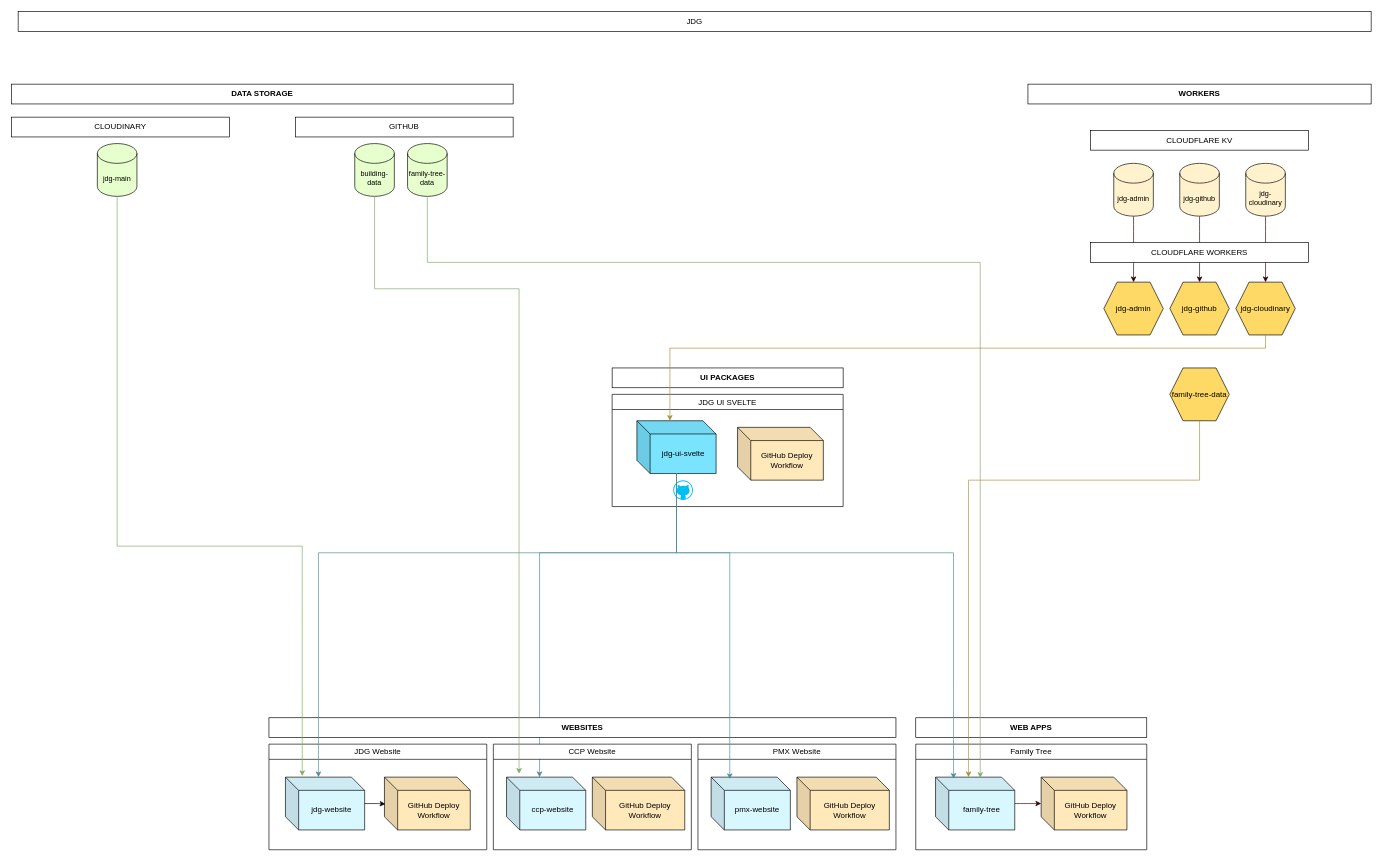
The draw.io diagram JDG Org.drawio in deanstein/jdg-ops, before the edit. Source tidied: cells renumbered, new cells numbered last; positions are measured from the earlier drawing's top-left corner, leaving out a move shared by most shapes. Both pictures are drawn from the tidied source at 66%, with x=0, y=0 at pixel (11, 11).
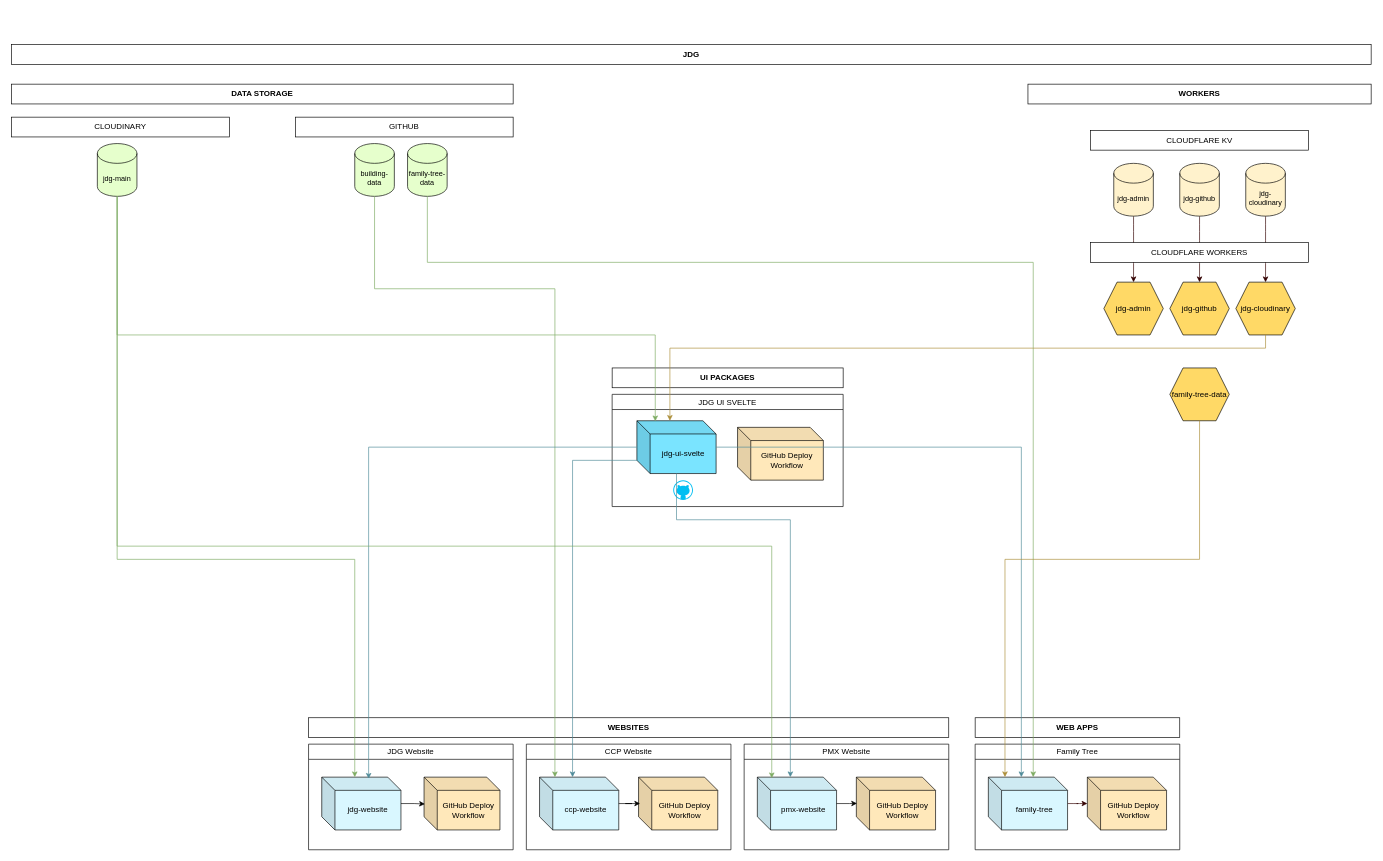
The same page after the edit.

Unchanged cells that the change refers to:
```xml
<mxCell id="4" value="jdg-ui-svelte" style="shape=cube;whiteSpace=wrap;html=1;boundedLbl=1;backgroundOutline=1;darkOpacity=0.05;darkOpacity2=0.1;fillColor=#7AE4FF;" parent="1" vertex="1">
  <mxGeometry x="947.5" y="620" width="120" height="80" as="geometry" />
</mxCell>
<mxCell id="14" value="ccp-website" style="shape=cube;whiteSpace=wrap;html=1;boundedLbl=1;backgroundOutline=1;darkOpacity=0.05;darkOpacity2=0.1;fillColor=#D9F7FF;" parent="13" vertex="1">
  <mxGeometry x="20" y="50" width="120" height="80" as="geometry" />
</mxCell>
<mxCell id="17" value="pmx-website" style="shape=cube;whiteSpace=wrap;html=1;boundedLbl=1;backgroundOutline=1;darkOpacity=0.05;darkOpacity2=0.1;fillColor=#D9F7FF;" parent="16" vertex="1">
  <mxGeometry x="20" y="50" width="120" height="80" as="geometry" />
</mxCell>
<mxCell id="27" value="&lt;span style=&quot;font-size: 12px;&quot;&gt;jdg-cloudinary&lt;/span&gt;" style="shape=hexagon;perimeter=hexagonPerimeter2;whiteSpace=wrap;html=1;fixedSize=1;fontFamily=Helvetica;fontSize=11;fontColor=default;labelBackgroundColor=none;fillColor=#FFD966;" parent="1" vertex="1">
  <mxGeometry x="1855" y="410" width="90" height="80" as="geometry" />
</mxCell>
<mxCell id="34" value="jdg-main" style="shape=cylinder3;whiteSpace=wrap;html=1;boundedLbl=1;backgroundOutline=1;size=15;fontFamily=Helvetica;fontSize=11;fontColor=default;labelBackgroundColor=none;fillColor=#E6FFCC;" parent="1" vertex="1">
  <mxGeometry x="130" y="200" width="60" height="80" as="geometry" />
</mxCell>
<mxCell id="36" value="family-tree-data" style="shape=cylinder3;whiteSpace=wrap;html=1;boundedLbl=1;backgroundOutline=1;size=15;fontFamily=Helvetica;fontSize=11;fontColor=default;labelBackgroundColor=none;fillColor=#E6FFCC;" parent="1" vertex="1">
  <mxGeometry x="600" y="200" width="60" height="80" as="geometry" />
</mxCell>
<mxCell id="37" value="building-data" style="shape=cylinder3;whiteSpace=wrap;html=1;boundedLbl=1;backgroundOutline=1;size=15;fontFamily=Helvetica;fontSize=11;fontColor=default;labelBackgroundColor=none;fillColor=#E6FFCC;" parent="1" vertex="1">
  <mxGeometry x="520" y="200" width="60" height="80" as="geometry" />
</mxCell>
<mxCell id="41" value="&lt;span style=&quot;font-size: 12px;&quot;&gt;family-tree-data&lt;/span&gt;" style="shape=hexagon;perimeter=hexagonPerimeter2;whiteSpace=wrap;html=1;fixedSize=1;fontFamily=Helvetica;fontSize=11;fontColor=default;labelBackgroundColor=none;fillColor=#FFD966;" parent="1" vertex="1">
  <mxGeometry x="1755" y="540" width="90" height="80" as="geometry" />
</mxCell>
```

The edit, as a diff of the source:
```diff
@@
-    <mxCell id="2" style="edgeStyle=orthogonalEdgeStyle;shape=connector;rounded=0;jettySize=auto;html=1;entryX=0;entryY=0;entryDx=50;entryDy=0;entryPerimeter=0;strokeColor=light-dark(#508B99,#2566A8);align=center;verticalAlign=middle;fontFamily=Helvetica;fontSize=11;fontColor=default;labelBackgroundColor=default;elbow=vertical;endArrow=classic;" parent="1" edge="1" source="4" target="14">
-      <mxGeometry relative="1" as="geometry">
-        <Array as="points">
-          <mxPoint x="1007" y="820" />
-          <mxPoint x="800" y="820" />
-        </Array>
-      </mxGeometry>
-    </mxCell>
-    <mxCell id="3" value="JDG" style="rounded=0;whiteSpace=wrap;html=1;" parent="1" vertex="1">
-      <mxGeometry x="10" width="2050" height="30" as="geometry" />
+    <mxCell id="3" value="JDG" style="rounded=0;whiteSpace=wrap;html=1;fontStyle=1;" parent="1" vertex="1">
+      <mxGeometry y="50" width="2060" height="30" as="geometry" />
     </mxCell>
@@
     <mxCell id="5" value="Family Tree" style="swimlane;whiteSpace=wrap;html=1;fontStyle=0;" parent="1" vertex="1">
-      <mxGeometry x="1370" y="1110" width="350" height="160" as="geometry" />
+      <mxGeometry x="1460" y="1110" width="310" height="160" as="geometry" />
     </mxCell>
@@
     <mxCell id="7" value="family-tree" style="shape=cube;whiteSpace=wrap;html=1;boundedLbl=1;backgroundOutline=1;darkOpacity=0.05;darkOpacity2=0.1;fillColor=#D9F7FF;" parent="5" vertex="1">
-      <mxGeometry x="30" y="50" width="120" height="80" as="geometry" />
+      <mxGeometry x="20" y="50" width="120" height="80" as="geometry" />
     </mxCell>
     <mxCell id="8" value="GitHub Deploy Workflow" style="shape=cube;whiteSpace=wrap;html=1;boundedLbl=1;backgroundOutline=1;darkOpacity=0.05;darkOpacity2=0.1;fillColor=#FFE8BA;" parent="5" vertex="1">
-      <mxGeometry x="190" y="50" width="130" height="80" as="geometry" />
+      <mxGeometry x="170" y="50" width="120" height="80" as="geometry" />
     </mxCell>
     <mxCell id="9" value="JDG Website" style="swimlane;whiteSpace=wrap;html=1;fontStyle=0;" parent="1" vertex="1">
-      <mxGeometry x="390" y="1110" width="330" height="160" as="geometry" />
+      <mxGeometry x="450" y="1110" width="310" height="160" as="geometry" />
     </mxCell>
     <mxCell id="10" value="jdg-website" style="shape=cube;whiteSpace=wrap;html=1;boundedLbl=1;backgroundOutline=1;darkOpacity=0.05;darkOpacity2=0.1;fillColor=#D9F7FF;" parent="9" vertex="1">
-      <mxGeometry x="25" y="50" width="120" height="80" as="geometry" />
+      <mxGeometry x="20" y="50" width="120" height="80" as="geometry" />
     </mxCell>
     <mxCell id="11" value="GitHub Deploy Workflow" style="shape=cube;whiteSpace=wrap;html=1;boundedLbl=1;backgroundOutline=1;darkOpacity=0.05;darkOpacity2=0.1;fillColor=#FFE8BA;" parent="9" vertex="1">
-      <mxGeometry x="175" y="50" width="130" height="80" as="geometry" />
+      <mxGeometry x="175" y="50" width="115" height="80" as="geometry" />
     </mxCell>
@@
     <mxCell id="13" value="CCP Website" style="swimlane;whiteSpace=wrap;html=1;fontStyle=0;" parent="1" vertex="1">
-      <mxGeometry x="730" y="1110" width="300" height="160" as="geometry" />
+      <mxGeometry x="780" y="1110" width="310" height="160" as="geometry" />
     </mxCell>
@@
     <mxCell id="15" value="GitHub Deploy Workflow" style="shape=cube;whiteSpace=wrap;html=1;boundedLbl=1;backgroundOutline=1;darkOpacity=0.05;darkOpacity2=0.1;fillColor=#FFE8BA;" parent="13" vertex="1">
-      <mxGeometry x="150" y="50" width="140" height="80" as="geometry" />
+      <mxGeometry x="170" y="50" width="120" height="80" as="geometry" />
     </mxCell>
+    <mxCell id="52" style="edgeStyle=orthogonalEdgeStyle;rounded=0;jettySize=auto;html=1;entryX=0.019;entryY=0.5;entryDx=0;entryDy=0;entryPerimeter=0;" parent="13" edge="1" source="14" target="15">
+      <mxGeometry relative="1" as="geometry" />
+    </mxCell>
     <mxCell id="16" value="PMX Website" style="swimlane;whiteSpace=wrap;html=1;fontStyle=0;" parent="1" vertex="1">
-      <mxGeometry x="1040" y="1110" width="300" height="160" as="geometry" />
+      <mxGeometry x="1110" y="1110" width="310" height="160" as="geometry" />
     </mxCell>
@@
     <mxCell id="18" value="GitHub Deploy Workflow" style="shape=cube;whiteSpace=wrap;html=1;boundedLbl=1;backgroundOutline=1;darkOpacity=0.05;darkOpacity2=0.1;fillColor=#FFE8BA;" parent="16" vertex="1">
-      <mxGeometry x="150" y="50" width="140" height="80" as="geometry" />
+      <mxGeometry x="170" y="50" width="120" height="80" as="geometry" />
     </mxCell>
+    <mxCell id="53" style="edgeStyle=orthogonalEdgeStyle;rounded=0;jettySize=auto;html=1;entryX=0.008;entryY=0.497;entryDx=0;entryDy=0;entryPerimeter=0;" parent="16" edge="1" source="17" target="18">
+      <mxGeometry relative="1" as="geometry" />
+    </mxCell>
     <mxCell id="19" value="WEBSITES" style="rounded=0;whiteSpace=wrap;html=1;fontStyle=1;" parent="1" vertex="1">
-      <mxGeometry x="390" y="1070" width="950" height="30" as="geometry" />
+      <mxGeometry x="450" y="1070" width="970" height="30" as="geometry" />
     </mxCell>
     <mxCell id="20" value="WEB APPS" style="rounded=0;whiteSpace=wrap;html=1;fontStyle=1;" parent="1" vertex="1">
-      <mxGeometry x="1370" y="1070" width="350" height="30" as="geometry" />
+      <mxGeometry x="1460" y="1070" width="310" height="30" as="geometry" />
     </mxCell>
@@
-    <mxCell id="39" style="shape=connector;rounded=0;jettySize=auto;html=1;entryX=0.564;entryY=0.013;entryDx=0;entryDy=0;entryPerimeter=0;strokeColor=#7DAC62;align=center;verticalAlign=middle;fontFamily=Helvetica;fontSize=11;fontColor=default;labelBackgroundColor=default;elbow=vertical;endArrow=classic;exitX=0.5;exitY=1;exitDx=0;exitDy=0;exitPerimeter=0;edgeStyle=elbowEdgeStyle;" parent="1" edge="1" source="36" target="7">
+    <mxCell id="39" style="shape=connector;rounded=0;jettySize=auto;html=1;strokeColor=#7DAC62;align=center;verticalAlign=middle;fontFamily=Helvetica;fontSize=11;fontColor=default;labelBackgroundColor=default;elbow=vertical;endArrow=classic;exitX=0.5;exitY=1;exitDx=0;exitDy=0;exitPerimeter=0;edgeStyle=elbowEdgeStyle;" parent="1" edge="1" source="36">
       <mxGeometry relative="1" as="geometry">
+        <mxPoint x="1548" y="1160" as="targetPoint" />
         <Array as="points">
           <mxPoint x="1050" y="380" />
         </Array>
       </mxGeometry>
     </mxCell>
-    <mxCell id="40" style="edgeStyle=orthogonalEdgeStyle;rounded=0;jettySize=auto;html=1;entryX=0.212;entryY=-0.021;entryDx=0;entryDy=0;entryPerimeter=0;strokeColor=#7DAC62;align=center;verticalAlign=middle;fontFamily=Helvetica;fontSize=11;fontColor=default;labelBackgroundColor=default;elbow=vertical;endArrow=classic;" parent="1" edge="1" source="34" target="10">
-      <mxGeometry relative="1" as="geometry">
-        <Array as="points">
-          <mxPoint x="160" y="810" />
-          <mxPoint x="440" y="810" />
-        </Array>
-      </mxGeometry>
-    </mxCell>
@@
+    <mxCell id="47" style="edgeStyle=elbowEdgeStyle;shape=connector;rounded=0;jettySize=auto;html=1;entryX=0.194;entryY=0.001;entryDx=0;entryDy=0;entryPerimeter=0;strokeColor=#7DAC62;align=center;verticalAlign=middle;fontFamily=Helvetica;fontSize=11;fontColor=default;labelBackgroundColor=default;elbow=vertical;endArrow=classic;" parent="1" edge="1" source="37" target="14">
+      <mxGeometry relative="1" as="geometry">
+        <Array as="points">
+          <mxPoint x="660" y="420" />
+          <mxPoint x="769" y="380" />
+        </Array>
+      </mxGeometry>
+    </mxCell>
+    <mxCell id="51" style="edgeStyle=orthogonalEdgeStyle;shape=connector;rounded=0;jettySize=auto;html=1;entryX=0;entryY=0;entryDx=50;entryDy=0;entryPerimeter=0;strokeColor=light-dark(#ac8e39, #ededed);align=center;verticalAlign=middle;fontFamily=Helvetica;fontSize=11;fontColor=default;labelBackgroundColor=default;elbow=vertical;endArrow=classic;" parent="1" edge="1" source="27" target="4">
+      <mxGeometry relative="1" as="geometry">
+        <Array as="points">
+          <mxPoint x="1900" y="510" />
+          <mxPoint x="998" y="510" />
+        </Array>
+      </mxGeometry>
+    </mxCell>
+    <mxCell id="40" style="edgeStyle=orthogonalEdgeStyle;rounded=0;jettySize=auto;html=1;entryX=0;entryY=0;entryDx=50;entryDy=0;entryPerimeter=0;strokeColor=#7DAC62;align=center;verticalAlign=middle;fontFamily=Helvetica;fontSize=11;fontColor=default;labelBackgroundColor=default;elbow=vertical;endArrow=classic;" parent="1" edge="1" source="34" target="10">
+      <mxGeometry relative="1" as="geometry">
+        <Array as="points">
+          <mxPoint x="160" y="830" />
+          <mxPoint x="520" y="830" />
+        </Array>
+      </mxGeometry>
+    </mxCell>
-    <mxCell id="46" style="edgeStyle=orthogonalEdgeStyle;shape=connector;rounded=0;jettySize=auto;html=1;entryX=0;entryY=0;entryDx=50.00000000000001;entryDy=0;entryPerimeter=0;strokeColor=light-dark(#508B99,#2566A8);align=center;verticalAlign=middle;fontFamily=Helvetica;fontSize=11;fontColor=default;labelBackgroundColor=default;elbow=vertical;endArrow=classic;" parent="1" edge="1" source="4" target="10">
-      <mxGeometry relative="1" as="geometry">
-        <Array as="points">
-          <mxPoint x="1007" y="820" />
-          <mxPoint x="465" y="820" />
-        </Array>
-      </mxGeometry>
+    <mxCell id="46" style="edgeStyle=orthogonalEdgeStyle;rounded=0;jettySize=auto;html=1;entryX=0.592;entryY=0.029;entryDx=0;entryDy=0;entryPerimeter=0;strokeColor=light-dark(#508B99,#2566A8);align=center;verticalAlign=middle;fontFamily=Helvetica;fontSize=11;fontColor=default;labelBackgroundColor=default;elbow=vertical;endArrow=classic;" parent="1" edge="1" source="4" target="10">
+      <mxGeometry relative="1" as="geometry" />
     </mxCell>
-    <mxCell id="47" style="edgeStyle=elbowEdgeStyle;shape=connector;rounded=0;jettySize=auto;html=1;entryX=0.158;entryY=-0.064;entryDx=0;entryDy=0;entryPerimeter=0;strokeColor=#7DAC62;align=center;verticalAlign=middle;fontFamily=Helvetica;fontSize=11;fontColor=default;labelBackgroundColor=default;elbow=vertical;endArrow=classic;" parent="1" edge="1" source="37" target="14">
-      <mxGeometry relative="1" as="geometry">
-        <Array as="points">
-          <mxPoint x="660" y="420" />
-          <mxPoint x="769" y="380" />
-        </Array>
-      </mxGeometry>
-    </mxCell>
+    <mxCell id="2" style="edgeStyle=orthogonalEdgeStyle;rounded=0;jettySize=auto;html=1;entryX=0;entryY=0;entryDx=50;entryDy=0;entryPerimeter=0;strokeColor=light-dark(#508B99,#2566A8);align=center;verticalAlign=middle;fontFamily=Helvetica;fontSize=11;fontColor=default;labelBackgroundColor=default;elbow=vertical;endArrow=classic;" parent="1" edge="1" source="4" target="14">
+      <mxGeometry relative="1" as="geometry">
+        <Array as="points">
+          <mxPoint x="850" y="680" />
+        </Array>
+      </mxGeometry>
+    </mxCell>
+    <mxCell id="50" style="edgeStyle=orthogonalEdgeStyle;rounded=0;jettySize=auto;html=1;entryX=0;entryY=0;entryDx=50;entryDy=0;entryPerimeter=0;strokeColor=light-dark(#508B99,#2566A8);align=center;verticalAlign=middle;fontFamily=Helvetica;fontSize=11;fontColor=default;labelBackgroundColor=default;elbow=vertical;endArrow=classic;" parent="1" edge="1" source="4" target="17">
+      <mxGeometry relative="1" as="geometry">
+        <Array as="points">
+          <mxPoint x="1008" y="770" />
+          <mxPoint x="1180" y="770" />
+        </Array>
+      </mxGeometry>
+    </mxCell>
-    <mxCell id="48" style="edgeStyle=orthogonalEdgeStyle;shape=connector;rounded=0;jettySize=auto;html=1;entryX=0.227;entryY=0.031;entryDx=0;entryDy=0;entryPerimeter=0;strokeColor=light-dark(#508B99,#2566A8);align=center;verticalAlign=middle;fontFamily=Helvetica;fontSize=11;fontColor=default;labelBackgroundColor=default;elbow=vertical;endArrow=classic;" parent="1" edge="1" source="4" target="7">
-      <mxGeometry relative="1" as="geometry">
-        <Array as="points">
-          <mxPoint x="1007" y="820" />
-          <mxPoint x="1427" y="820" />
-        </Array>
-      </mxGeometry>
+    <mxCell id="48" style="edgeStyle=orthogonalEdgeStyle;rounded=0;jettySize=auto;html=1;entryX=0;entryY=0;entryDx=50;entryDy=0;entryPerimeter=0;strokeColor=light-dark(#508B99,#2566A8);align=center;verticalAlign=middle;fontFamily=Helvetica;fontSize=11;fontColor=default;labelBackgroundColor=default;elbow=vertical;endArrow=classic;" parent="1" edge="1" source="4" target="7">
+      <mxGeometry relative="1" as="geometry" />
     </mxCell>
-    <mxCell id="49" style="edgeStyle=orthogonalEdgeStyle;shape=connector;rounded=0;jettySize=auto;html=1;entryX=0;entryY=0;entryDx=50;entryDy=0;entryPerimeter=0;strokeColor=light-dark(#ac8e39, #ededed);align=center;verticalAlign=middle;fontFamily=Helvetica;fontSize=11;fontColor=default;labelBackgroundColor=default;elbow=vertical;endArrow=classic;" parent="1" edge="1" source="41" target="7">
+    <mxCell id="49" style="edgeStyle=orthogonalEdgeStyle;rounded=0;jettySize=auto;html=1;entryX=0.21;entryY=-0.001;entryDx=0;entryDy=0;entryPerimeter=0;strokeColor=light-dark(#ac8e39, #ededed);align=center;verticalAlign=middle;fontFamily=Helvetica;fontSize=11;fontColor=default;labelBackgroundColor=default;elbow=vertical;endArrow=classic;" parent="1" edge="1" source="41" target="7">
       <mxGeometry relative="1" as="geometry">
         <Array as="points">
-          <mxPoint x="1800" y="710" />
-          <mxPoint x="1450" y="710" />
+          <mxPoint x="1800" y="830" />
+          <mxPoint x="1505" y="830" />
         </Array>
       </mxGeometry>
     </mxCell>
-    <mxCell id="50" style="edgeStyle=orthogonalEdgeStyle;shape=connector;rounded=0;jettySize=auto;html=1;entryX=0.235;entryY=0.036;entryDx=0;entryDy=0;entryPerimeter=0;strokeColor=light-dark(#508B99,#2566A8);align=center;verticalAlign=middle;fontFamily=Helvetica;fontSize=11;fontColor=default;labelBackgroundColor=default;elbow=vertical;endArrow=classic;" parent="1" edge="1" source="4" target="17">
-      <mxGeometry relative="1" as="geometry">
-        <Array as="points">
-          <mxPoint x="1007" y="820" />
-          <mxPoint x="1088" y="820" />
-        </Array>
-      </mxGeometry>
-    </mxCell>
-    <mxCell id="51" style="edgeStyle=orthogonalEdgeStyle;shape=connector;rounded=0;jettySize=auto;html=1;entryX=0;entryY=0;entryDx=50;entryDy=0;entryPerimeter=0;strokeColor=light-dark(#ac8e39, #ededed);align=center;verticalAlign=middle;fontFamily=Helvetica;fontSize=11;fontColor=default;labelBackgroundColor=default;elbow=vertical;endArrow=classic;" parent="1" edge="1" source="27" target="4">
-      <mxGeometry relative="1" as="geometry">
-        <Array as="points">
-          <mxPoint x="1900" y="510" />
-          <mxPoint x="998" y="510" />
-        </Array>
-      </mxGeometry>
-    </mxCell>
+    <mxCell id="54" style="edgeStyle=orthogonalEdgeStyle;rounded=0;jettySize=auto;html=1;entryX=0.182;entryY=0.02;entryDx=0;entryDy=0;entryPerimeter=0;strokeColor=#7DAC62;align=center;verticalAlign=middle;fontFamily=Helvetica;fontSize=11;fontColor=default;labelBackgroundColor=default;elbow=vertical;endArrow=classic;" parent="1" edge="1" source="34" target="17">
+      <mxGeometry relative="1" as="geometry">
+        <Array as="points">
+          <mxPoint x="160" y="810" />
+          <mxPoint x="1152" y="810" />
+        </Array>
+      </mxGeometry>
+    </mxCell>
+    <mxCell id="55" style="edgeStyle=orthogonalEdgeStyle;rounded=0;jettySize=auto;html=1;entryX=0.232;entryY=0.009;entryDx=0;entryDy=0;entryPerimeter=0;strokeColor=#7DAC62;align=center;verticalAlign=middle;fontFamily=Helvetica;fontSize=11;fontColor=default;labelBackgroundColor=default;elbow=vertical;endArrow=classic;" parent="1" edge="1" source="34" target="4">
+      <mxGeometry relative="1" as="geometry">
+        <Array as="points">
+          <mxPoint x="160" y="490" />
+          <mxPoint x="975" y="490" />
+        </Array>
+      </mxGeometry>
+    </mxCell>
```
